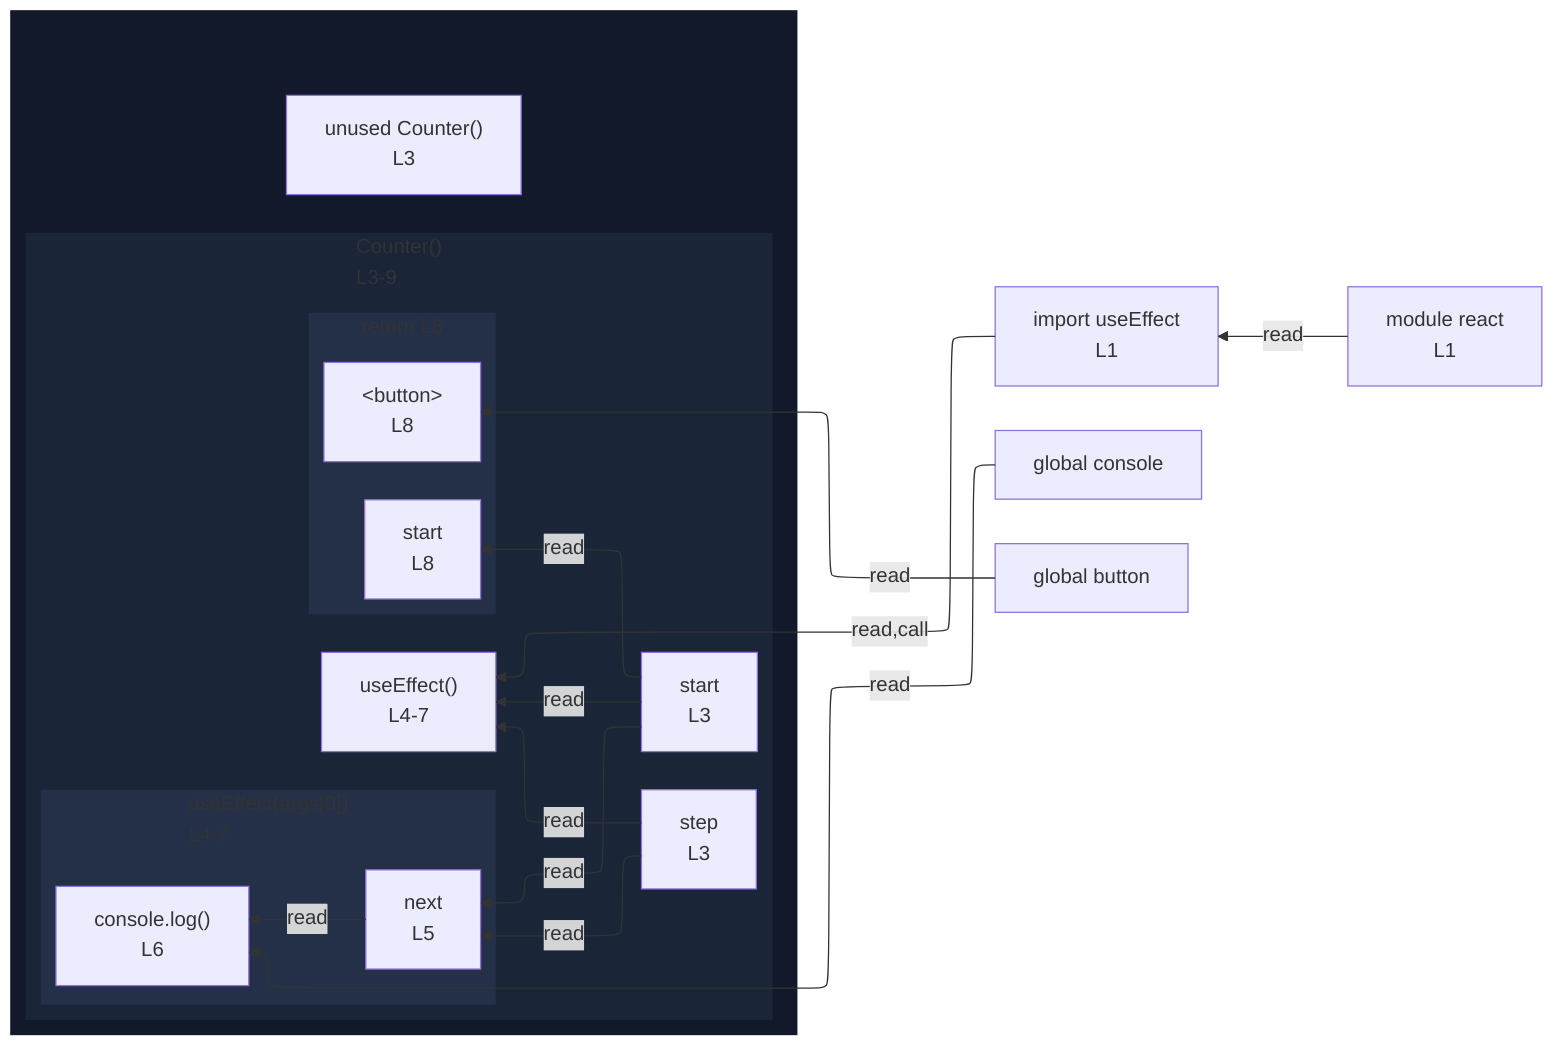
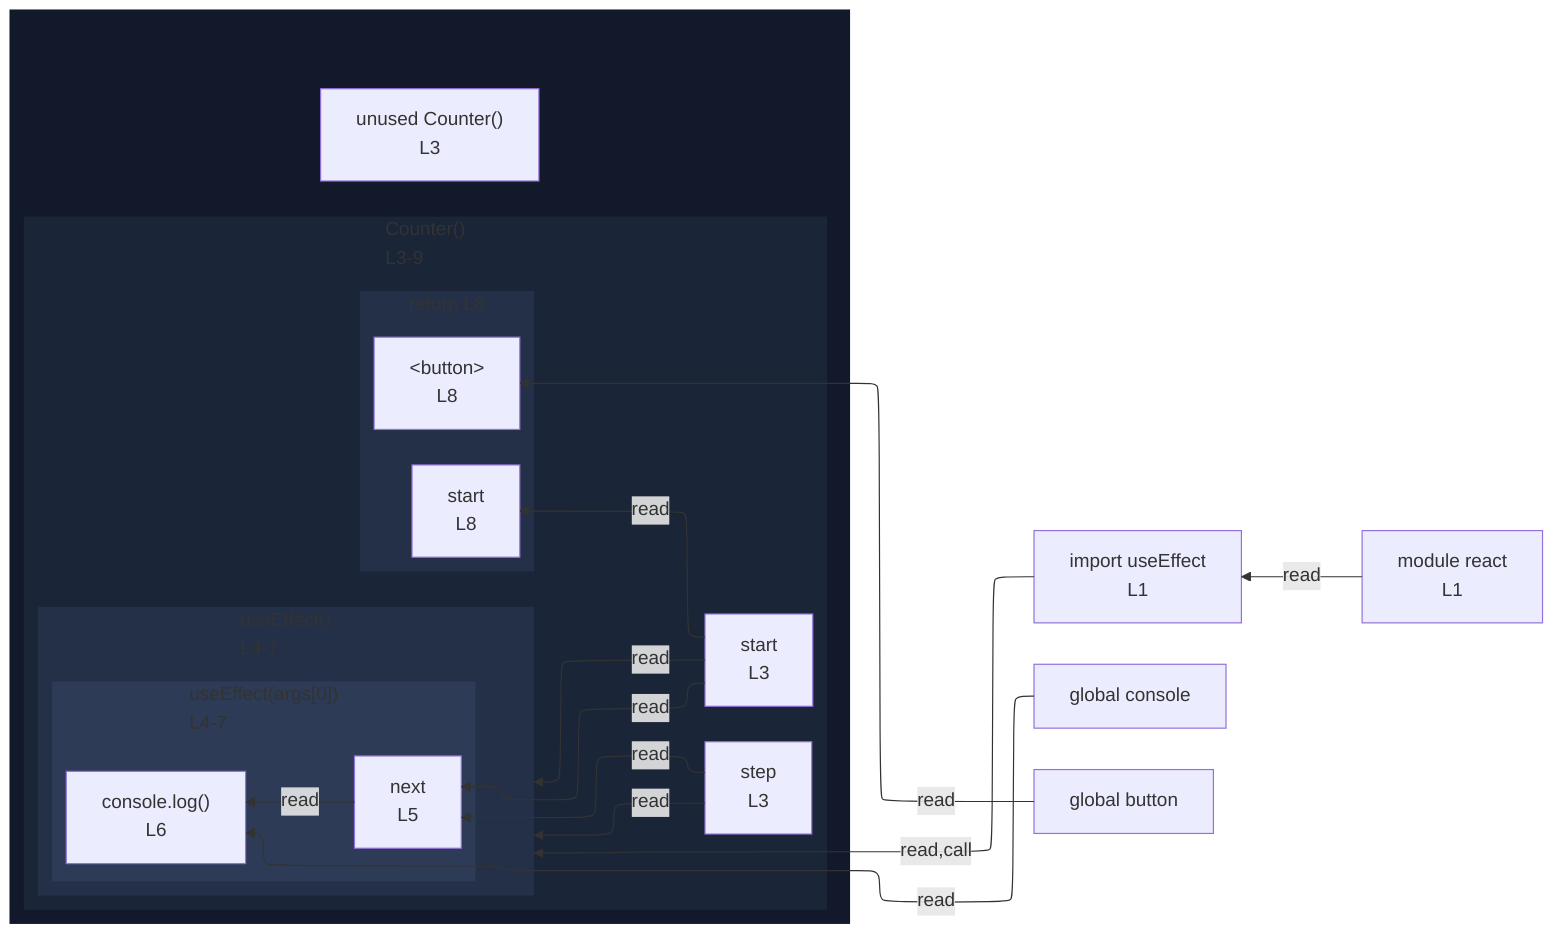
%%{init: {"flowchart": {"defaultRenderer": "elk"}}}%%
flowchart RL
  n_scope_0_useEffect_9["import useEffect<br/>L1"]
  n_scope_0_console_163["global console"]
  n_scope_0_button_213["global button"]
  subgraph wrap_s_scope_1[" "]
    direction TB
    n_scope_0_Counter_42["unused Counter()<br/>L3"]
    subgraph s_scope_1["Counter()<br/>L3-9"]
      direction RL
      n_scope_1_start_55["start<br/>L3"]
      n_scope_1_step_62["step<br/>L3"]
-       expr_stmt_110["useEffect()<br/>L4-7"]
-       subgraph s_scope_2["useEffect(args[0])<br/>L4-7"]
+       subgraph expr_stmt_110["useEffect()<br/>L4-7"]
        direction RL
-         n_scope_2_next_138["next<br/>L5"]
-         expr_stmt_163["console.log()<br/>L6"]
+         subgraph s_scope_2["useEffect(args[0])<br/>L4-7"]
+           direction RL
+           n_scope_2_next_138["next<br/>L5"]
+           expr_stmt_163["console.log()<br/>L6"]
+         end
      end
      subgraph s_return_scope_0_Counter_42_205_237["return L8"]
        direction RL
        ret_use_ref_9["&lt;button&gt;<br/>L8"]
        ret_use_ref_10["start<br/>L8"]
      end
    end
  end
  n_scope_0_useEffect_9 -->|read,call| expr_stmt_110
  n_scope_1_start_55 -->|read| n_scope_2_next_138
  n_scope_1_step_62 -->|read| n_scope_2_next_138
  n_scope_0_console_163 -->|read| expr_stmt_163
  n_scope_2_next_138 -->|read| expr_stmt_163
  n_scope_1_start_55 -->|read| expr_stmt_110
  n_scope_1_step_62 -->|read| expr_stmt_110
  n_scope_0_button_213 -->|read| ret_use_ref_9
  n_scope_1_start_55 -->|read| ret_use_ref_10
  mod_react["module react<br/>L1"]
  mod_react -->|read| n_scope_0_useEffect_9
  classDef nestL1 fill:#11192a,stroke:transparent;
  class wrap_s_scope_1 nestL1;
  classDef nestL2 fill:#1a2538,stroke:transparent;
  class s_scope_1 nestL2;
  classDef nestL3 fill:#243047,stroke:transparent;
-   class s_scope_2 nestL3;
+   class expr_stmt_110 nestL3;
  class s_return_scope_0_Counter_42_205_237 nestL3;
+   classDef nestL4 fill:#2d3b57,stroke:transparent;
+   class s_scope_2 nestL4;
